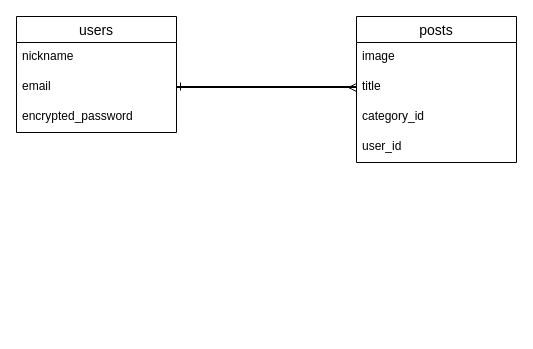
Above: ER.dio in ittonnoshio/original-app (draw.io), before the change. Source tidied: cells renumbered, new cells numbered last; positions are measured from the earlier drawing's top-left corner, leaving out a move shared by most shapes. Both pictures are drawn from the tidied source at 100%, with x=0, y=0 at pixel (16, 16).
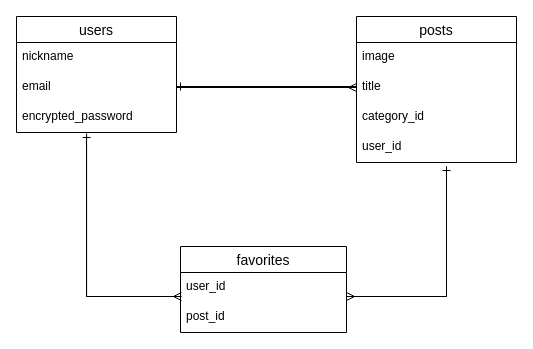
After the change.

The change refers to these unchanged cells:
```xml
<mxCell id="5" value="encrypted_password" style="text;strokeColor=none;fillColor=none;spacingLeft=4;spacingRight=4;overflow=hidden;points=[[0,0.5],[1,0.5]];portConstraint=eastwest;fontSize=12;" parent="2" vertex="1">
  <mxGeometry y="86" width="160" height="30" as="geometry" />
</mxCell>
```

Diff of the diagram source:
```diff
@@
+    <mxCell id="13" value="favorites" style="swimlane;fontStyle=0;horizontal=1;startSize=26;align=center;fontSize=14;" parent="1" vertex="1">
+      <mxGeometry x="164" y="230" width="166" height="86" as="geometry" />
+    </mxCell>
+    <mxCell id="14" value="user_id" style="text;strokeColor=none;fillColor=none;spacingLeft=4;spacingRight=4;overflow=hidden;points=[[0,0.5],[1,0.5]];portConstraint=eastwest;fontSize=12;" parent="13" vertex="1">
+      <mxGeometry y="26" width="166" height="30" as="geometry" />
+    </mxCell>
+    <mxCell id="15" value="post_id" style="text;strokeColor=none;fillColor=none;spacingLeft=4;spacingRight=4;overflow=hidden;fontSize=12;" parent="13" vertex="1">
+      <mxGeometry y="56" width="166" height="30" as="geometry" />
+    </mxCell>
+    <mxCell id="16" style="edgeStyle=orthogonalEdgeStyle;rounded=0;orthogonalLoop=1;jettySize=auto;html=1;endArrow=ERone;endFill=0;" parent="1" edge="1">
+      <mxGeometry relative="1" as="geometry">
+        <mxPoint x="340" y="280" as="sourcePoint" />
+        <mxPoint x="430" y="150" as="targetPoint" />
+        <Array as="points">
+          <mxPoint x="430" y="280" />
+        </Array>
+      </mxGeometry>
+    </mxCell>
+    <mxCell id="17" style="edgeStyle=orthogonalEdgeStyle;rounded=0;jettySize=auto;html=1;entryX=0.438;entryY=1.033;entryDx=0;entryDy=0;entryPerimeter=0;endArrow=ERone;endFill=0;" parent="1" edge="1" target="5">
+      <mxGeometry relative="1" as="geometry">
+        <mxPoint x="164" y="280" as="sourcePoint" />
+        <Array as="points">
+          <mxPoint x="164" y="280" />
+          <mxPoint x="70" y="280" />
+        </Array>
+      </mxGeometry>
+    </mxCell>
+    <mxCell id="18" style="edgeStyle=orthogonalEdgeStyle;rounded=0;jettySize=auto;html=1;endArrow=ERmany;endFill=0;entryX=0.006;entryY=0.8;entryDx=0;entryDy=0;entryPerimeter=0;" parent="1" edge="1" target="14">
+      <mxGeometry relative="1" as="geometry">
+        <mxPoint x="70" y="120" as="sourcePoint" />
+        <Array as="points">
+          <mxPoint x="70" y="280" />
+        </Array>
+      </mxGeometry>
+    </mxCell>
+    <mxCell id="19" style="edgeStyle=orthogonalEdgeStyle;rounded=0;orthogonalLoop=1;jettySize=auto;html=1;endArrow=ERmany;endFill=0;" parent="1" edge="1">
+      <mxGeometry relative="1" as="geometry">
+        <mxPoint x="430" y="150" as="sourcePoint" />
+        <mxPoint x="330" y="280" as="targetPoint" />
+        <Array as="points">
+          <mxPoint x="430" y="280" />
+        </Array>
+      </mxGeometry>
+    </mxCell>
```
